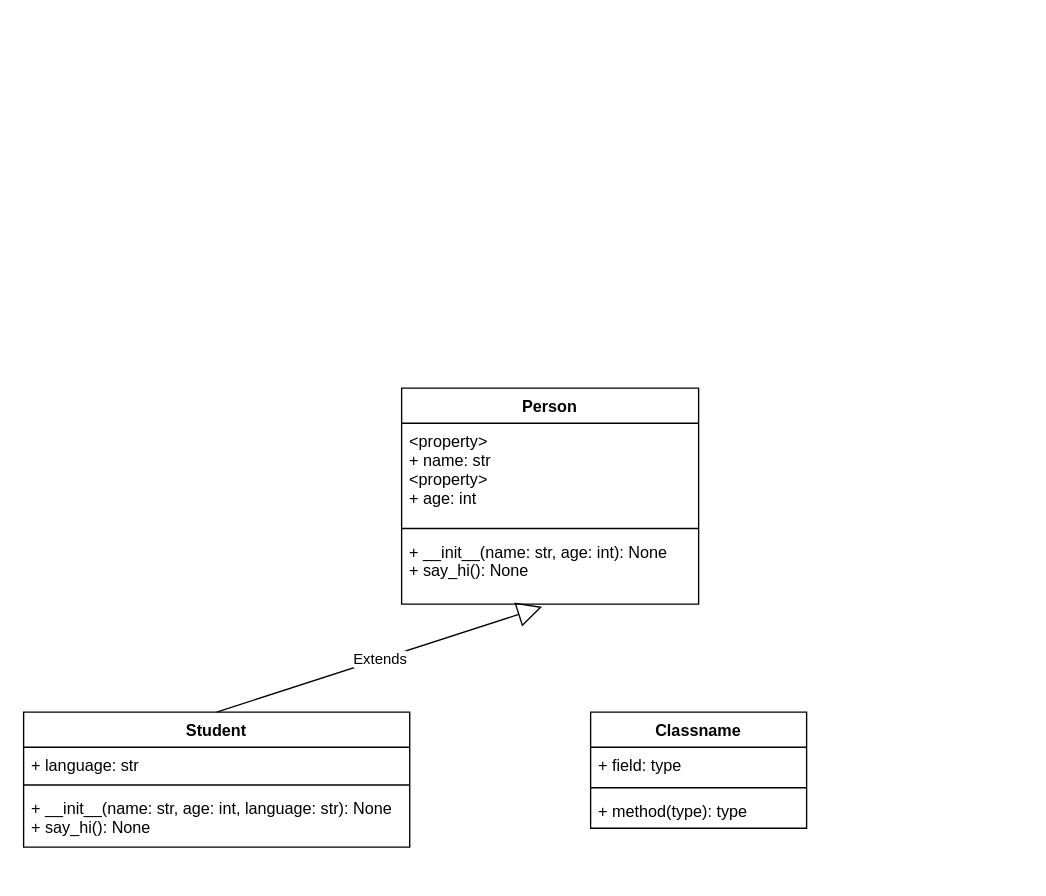
Before: Code-Along/UML inheritance.drawio in jwiegert/python-programming-joachim-wiegert, a draw.io diagram. Source tidied: cells renumbered, new cells numbered last; positions are measured from the earlier drawing's top-left corner, leaving out a move shared by most shapes. Both pictures are drawn from the tidied source at 135%, with x=0, y=0 at pixel (23, 387).
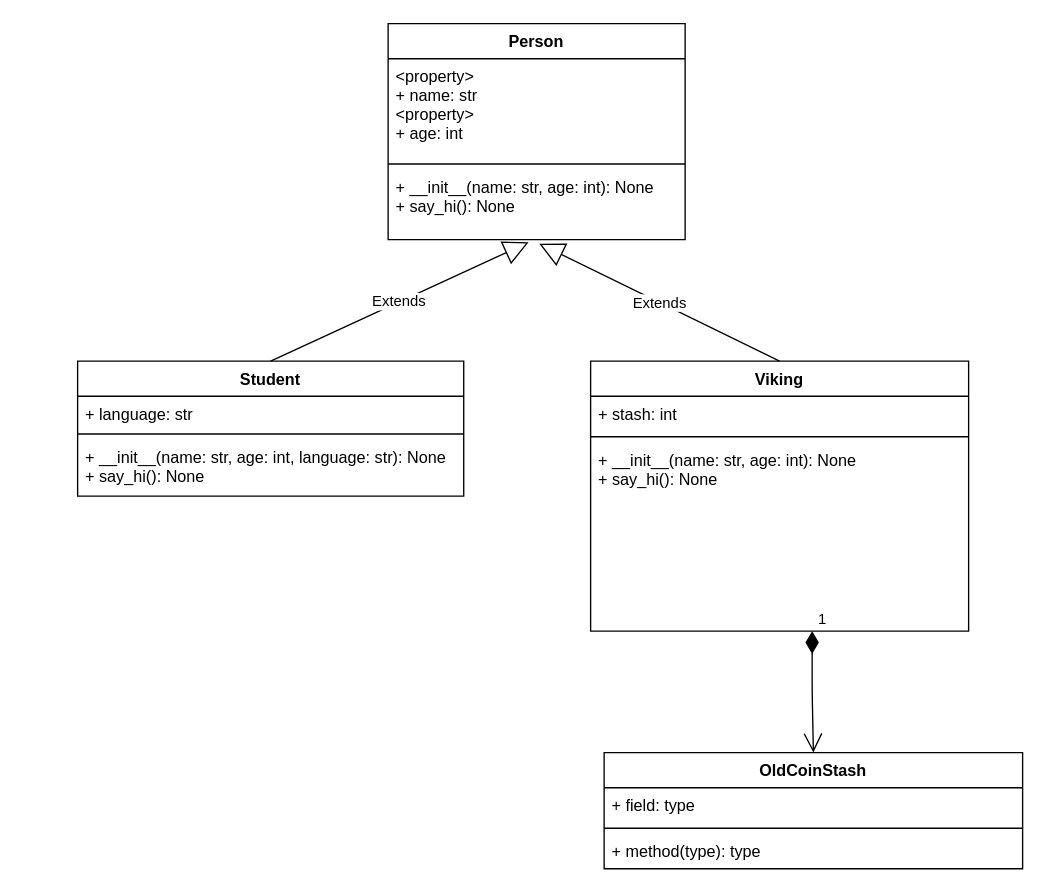
The same page after the edit.

Unchanged cells that the change refers to:
```xml
<mxCell id="5" value="+ __init__(name: str, age: int): None&#10;+ say_hi(): None" style="text;strokeColor=none;fillColor=none;align=left;verticalAlign=top;spacingLeft=4;spacingRight=4;overflow=hidden;points=[[0,0.5],[1,0.5]];portConstraint=eastwest;" parent="2" vertex="1">
  <mxGeometry y="108" width="220" height="52" as="geometry" />
</mxCell>
```

The edit, as a diff of the source:
```diff
@@
     <mxCell id="2" value="Person" style="swimlane;fontStyle=1;align=center;verticalAlign=top;horizontal=1;startSize=26;" parent="1" vertex="1">
-      <mxGeometry x="280" width="220" height="160" as="geometry" />
+      <mxGeometry x="270" y="-270" width="220" height="160" as="geometry" />
     </mxCell>
@@
     <mxCell id="6" value="Student" style="swimlane;fontStyle=1;align=center;verticalAlign=top;horizontal=1;startSize=26;" parent="1" vertex="1">
-      <mxGeometry y="240" width="286" height="100" as="geometry" />
+      <mxGeometry x="40" y="-20" width="286" height="100" as="geometry" />
     </mxCell>
@@
-    <mxCell id="11" value="Classname" style="swimlane;fontStyle=1;align=center;verticalAlign=top;horizontal=1;startSize=26;" parent="1" vertex="1">
-      <mxGeometry x="420" y="240" width="160" height="86" as="geometry" />
+    <mxCell id="11" value="Viking" style="swimlane;fontStyle=1;align=center;verticalAlign=top;horizontal=1;startSize=26;" parent="1" vertex="1">
+      <mxGeometry x="420" y="-20" width="280" height="200" as="geometry" />
     </mxCell>
-    <mxCell id="12" value="+ field: type" style="text;strokeColor=none;fillColor=none;align=left;verticalAlign=top;spacingLeft=4;spacingRight=4;overflow=hidden;" parent="11" vertex="1">
-      <mxGeometry y="26" width="160" height="26" as="geometry" />
+    <mxCell id="12" value="+ stash: int" style="text;strokeColor=none;fillColor=none;align=left;verticalAlign=top;spacingLeft=4;spacingRight=4;overflow=hidden;" parent="11" vertex="1">
+      <mxGeometry y="26" width="280" height="26" as="geometry" />
     </mxCell>
     <mxCell id="13" style="line;strokeWidth=1;fillColor=none;align=left;verticalAlign=middle;spacingTop=-1;spacingLeft=3;spacingRight=3;labelPosition=right;" parent="11" vertex="1">
-      <mxGeometry y="52" width="160" height="8" as="geometry" />
+      <mxGeometry y="52" width="280" height="8" as="geometry" />
     </mxCell>
-    <mxCell id="14" value="+ method(type): type" style="text;strokeColor=none;fillColor=none;align=left;verticalAlign=top;spacingLeft=4;spacingRight=4;overflow=hidden;points=[[0,0.5],[1,0.5]];portConstraint=eastwest;" parent="11" vertex="1">
-      <mxGeometry y="60" width="160" height="26" as="geometry" />
+    <mxCell id="14" value="+ __init__(name: str, age: int): None&#10;+ say_hi(): None" style="text;strokeColor=none;fillColor=none;align=left;verticalAlign=top;spacingLeft=4;spacingRight=4;overflow=hidden;points=[[0,0.5],[1,0.5]];portConstraint=eastwest;" parent="11" vertex="1">
+      <mxGeometry y="60" width="280" height="140" as="geometry" />
     </mxCell>
+    <mxCell id="15" value="Extends" style="endArrow=block;endSize=16;endFill=0;html=1;exitX=0.5;exitY=0;exitDx=0;exitDy=0;entryX=0.509;entryY=1.058;entryDx=0;entryDy=0;entryPerimeter=0;" parent="1" edge="1" source="11" target="5">
+      <mxGeometry relative="1" as="geometry" />
+    </mxCell>
+    <mxCell id="16" value="1" style="endArrow=open;html=1;endSize=12;startArrow=diamondThin;startSize=14;startFill=1;edgeStyle=orthogonalEdgeStyle;align=left;verticalAlign=bottom;exitX=0.586;exitY=1;exitDx=0;exitDy=0;exitPerimeter=0;" parent="1" edge="1" source="14" target="17">
+      <mxGeometry x="-1" y="3" relative="1" as="geometry" />
+    </mxCell>
+    <mxCell id="17" value="OldCoinStash" style="swimlane;fontStyle=1;align=center;verticalAlign=top;horizontal=1;startSize=26;" parent="1" vertex="1">
+      <mxGeometry x="430" y="270" width="310" height="86" as="geometry" />
+    </mxCell>
+    <mxCell id="18" value="+ field: type" style="text;strokeColor=none;fillColor=none;align=left;verticalAlign=top;spacingLeft=4;spacingRight=4;overflow=hidden;" parent="17" vertex="1">
+      <mxGeometry y="26" width="310" height="26" as="geometry" />
+    </mxCell>
+    <mxCell id="19" style="line;strokeWidth=1;fillColor=none;align=left;verticalAlign=middle;spacingTop=-1;spacingLeft=3;spacingRight=3;labelPosition=right;" parent="17" vertex="1">
+      <mxGeometry y="52" width="310" height="8" as="geometry" />
+    </mxCell>
+    <mxCell id="20" value="+ method(type): type" style="text;strokeColor=none;fillColor=none;align=left;verticalAlign=top;spacingLeft=4;spacingRight=4;overflow=hidden;" parent="17" vertex="1">
+      <mxGeometry y="60" width="310" height="26" as="geometry" />
+    </mxCell>
```
